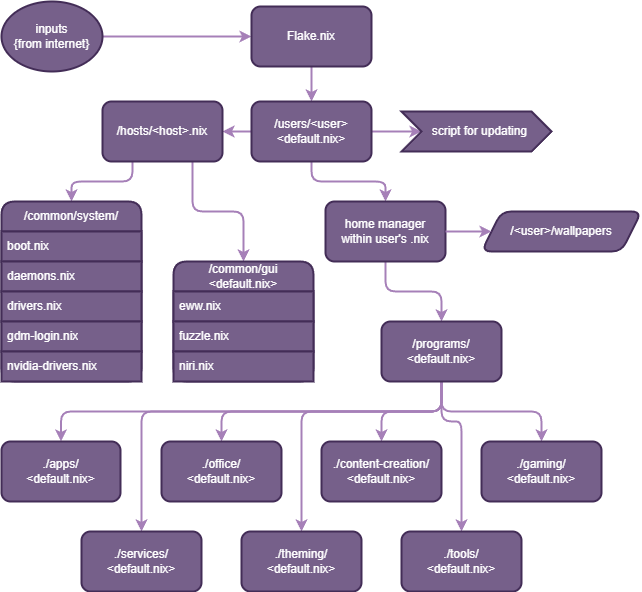
Above: nixos-map.png in SpiritOfYoink/dotfiles (draw.io), before the change. Source tidied: cells renumbered, new cells last; positions are measured from the earlier drawing's top-left corner, leaving out a move shared by most shapes. Its diagram source:
```xml
<mxGraphModel>
  <root>
    <mxCell id="0" />
    <mxCell id="1" parent="0" />
    <mxCell id="2" style="edgeStyle=orthogonalEdgeStyle;rounded=1;jettySize=auto;html=1;exitX=1;exitY=0.5;exitDx=0;exitDy=0;entryX=0;entryY=0.5;entryDx=0;entryDy=0;fontColor=#1A1A1A;fillColor=#76608a;strokeColor=#A680B8;strokeWidth=2;shadow=0;swimlaneLine=1;" parent="1" edge="1" source="3" target="7">
      <mxGeometry relative="1" as="geometry" />
    </mxCell>
    <mxCell id="3" value="inputs&lt;div&gt;{from internet}&lt;/div&gt;" style="ellipse;whiteSpace=wrap;html=1;labelBackgroundColor=none;rounded=1;fillColor=#76608a;strokeColor=#432D57;strokeWidth=2;shadow=0;swimlaneLine=1;fontColor=#ffffff;" parent="1" vertex="1">
      <mxGeometry width="101" height="70" as="geometry" />
    </mxCell>
    <mxCell id="4" style="edgeStyle=orthogonalEdgeStyle;rounded=1;jettySize=auto;html=1;exitX=1;exitY=0.5;exitDx=0;exitDy=0;fontColor=#1A1A1A;fillColor=#76608a;strokeColor=#A680B8;strokeWidth=2;shadow=0;swimlaneLine=1;" parent="1" edge="1" source="13" target="8">
      <mxGeometry relative="1" as="geometry" />
    </mxCell>
    <mxCell id="5" style="edgeStyle=orthogonalEdgeStyle;rounded=1;jettySize=auto;html=1;exitX=0;exitY=0.5;exitDx=0;exitDy=0;fontColor=#1A1A1A;entryX=1;entryY=0.5;entryDx=0;entryDy=0;fillColor=#76608a;strokeColor=#A680B8;strokeWidth=2;shadow=0;swimlaneLine=1;" parent="1" edge="1" source="13" target="11">
      <mxGeometry relative="1" as="geometry" />
    </mxCell>
    <mxCell id="6" style="edgeStyle=orthogonalEdgeStyle;rounded=1;jettySize=auto;html=1;exitX=0.5;exitY=1;exitDx=0;exitDy=0;fontColor=#1A1A1A;entryX=0.5;entryY=0;entryDx=0;entryDy=0;fillColor=#76608a;strokeColor=#A680B8;strokeWidth=2;shadow=0;swimlaneLine=1;" parent="1" edge="1" source="7" target="13">
      <mxGeometry relative="1" as="geometry" />
    </mxCell>
    <mxCell id="7" value="Flake.nix" style="rounded=1;whiteSpace=wrap;html=1;labelBackgroundColor=none;fillColor=#76608a;strokeColor=#432D57;strokeWidth=2;shadow=0;swimlaneLine=1;fontColor=#ffffff;" parent="1" vertex="1">
      <mxGeometry x="250" y="5" width="120" height="60" as="geometry" />
    </mxCell>
    <mxCell id="8" value="&amp;nbsp; script for updating" style="shape=step;perimeter=stepPerimeter;whiteSpace=wrap;html=1;fixedSize=1;rounded=0;fillColor=#76608a;strokeColor=#432D57;strokeWidth=2;shadow=0;swimlaneLine=1;fontColor=#ffffff;" parent="1" vertex="1">
      <mxGeometry x="400" y="110" width="150" height="40" as="geometry" />
    </mxCell>
    <mxCell id="9" style="edgeStyle=orthogonalEdgeStyle;rounded=1;jettySize=auto;html=1;exitX=0.25;exitY=1;exitDx=0;exitDy=0;entryX=0.5;entryY=0;entryDx=0;entryDy=0;fontColor=#1A1A1A;fillColor=#76608a;strokeColor=#A680B8;strokeWidth=2;shadow=0;swimlaneLine=1;" parent="1" edge="1" source="11" target="19">
      <mxGeometry relative="1" as="geometry" />
    </mxCell>
    <mxCell id="10" style="edgeStyle=orthogonalEdgeStyle;rounded=1;jettySize=auto;html=1;exitX=0.75;exitY=1;exitDx=0;exitDy=0;fillColor=#76608a;strokeColor=#A680B8;strokeWidth=2;shadow=0;swimlaneLine=1;curved=0;" parent="1" edge="1" source="11" target="25">
      <mxGeometry relative="1" as="geometry" />
    </mxCell>
    <mxCell id="11" value="/hosts/&amp;lt;host&amp;gt;.nix" style="rounded=1;whiteSpace=wrap;html=1;fillColor=#76608a;strokeColor=#432D57;strokeWidth=2;shadow=0;swimlaneLine=1;fontColor=#ffffff;" parent="1" vertex="1">
      <mxGeometry x="101" y="100" width="120" height="60" as="geometry" />
    </mxCell>
    <mxCell id="12" style="edgeStyle=orthogonalEdgeStyle;rounded=1;jettySize=auto;html=1;exitX=0.5;exitY=1;exitDx=0;exitDy=0;entryX=0.5;entryY=0;entryDx=0;entryDy=0;fontColor=#1A1A1A;fillColor=#76608a;strokeColor=#A680B8;strokeWidth=2;shadow=0;swimlaneLine=1;" parent="1" edge="1" source="13" target="15">
      <mxGeometry relative="1" as="geometry" />
    </mxCell>
    <mxCell id="13" value="/users/&amp;lt;user&amp;gt;&lt;div&gt;&amp;lt;default.nix&amp;gt;&lt;/div&gt;" style="rounded=1;whiteSpace=wrap;html=1;fillColor=#76608a;strokeColor=#432D57;strokeWidth=2;shadow=0;swimlaneLine=1;fontColor=#ffffff;" parent="1" vertex="1">
      <mxGeometry x="250" y="100" width="120" height="60" as="geometry" />
    </mxCell>
    <mxCell id="14" style="edgeStyle=orthogonalEdgeStyle;rounded=1;jettySize=auto;html=1;exitX=0.5;exitY=1;exitDx=0;exitDy=0;entryX=0.5;entryY=0;entryDx=0;entryDy=0;fontColor=#1A1A1A;fillColor=#76608a;strokeColor=#A680B8;strokeWidth=2;shadow=0;swimlaneLine=1;" parent="1" edge="1" source="15" target="36">
      <mxGeometry relative="1" as="geometry" />
    </mxCell>
    <mxCell id="15" value="home manager&lt;div&gt;within user's .nix&lt;/div&gt;" style="rounded=1;whiteSpace=wrap;html=1;fillColor=#76608a;strokeColor=#432D57;strokeWidth=2;shadow=0;swimlaneLine=1;fontColor=#ffffff;" parent="1" vertex="1">
      <mxGeometry x="324" y="200" width="120" height="60" as="geometry" />
    </mxCell>
    <mxCell id="16" value="/&amp;lt;user&amp;gt;/wallpapers" style="shape=parallelogram;perimeter=parallelogramPerimeter;whiteSpace=wrap;html=1;fixedSize=1;rounded=1;fillColor=#76608a;strokeColor=#432D57;strokeWidth=2;shadow=0;swimlaneLine=1;fontColor=#ffffff;" parent="1" vertex="1">
      <mxGeometry x="480" y="210" width="160" height="40" as="geometry" />
    </mxCell>
    <mxCell id="17" style="edgeStyle=orthogonalEdgeStyle;rounded=1;orthogonalLoop=1;jettySize=auto;html=1;exitX=0.5;exitY=1;exitDx=0;exitDy=0;fontColor=#1A1A1A;fillColor=#76608a;strokeColor=#432D57;strokeWidth=2;shadow=0;swimlaneLine=1;" parent="1" edge="1" source="16" target="16">
      <mxGeometry relative="1" as="geometry" />
    </mxCell>
    <mxCell id="18" style="edgeStyle=orthogonalEdgeStyle;rounded=1;jettySize=auto;html=1;fontColor=#1A1A1A;exitX=1;exitY=0.5;exitDx=0;exitDy=0;entryX=0;entryY=0.5;entryDx=0;entryDy=0;fillColor=#76608a;strokeColor=#A680B8;strokeWidth=2;shadow=0;swimlaneLine=1;" parent="1" edge="1" source="15" target="16">
      <mxGeometry relative="1" as="geometry" />
    </mxCell>
    <mxCell id="19" value="/common/system/" style="swimlane;fontStyle=0;horizontal=1;startSize=30;whiteSpace=wrap;html=1;rounded=1;fillColor=#76608a;strokeColor=#432D57;strokeWidth=2;shadow=0;swimlaneLine=1;fontColor=#ffffff;" parent="1" vertex="1">
      <mxGeometry y="200" width="140" height="180" as="geometry" />
    </mxCell>
    <mxCell id="20" value="boot.nix" style="text;align=left;verticalAlign=middle;spacingLeft=4;spacingRight=4;overflow=hidden;whiteSpace=wrap;html=1;fillColor=#76608a;strokeColor=#432D57;strokeWidth=2;shadow=0;swimlaneLine=1;fontColor=#ffffff;" parent="19" vertex="1">
      <mxGeometry y="30" width="140" height="30" as="geometry" />
    </mxCell>
    <mxCell id="21" value="daemons.nix" style="text;align=left;verticalAlign=middle;spacingLeft=4;spacingRight=4;overflow=hidden;whiteSpace=wrap;html=1;fillColor=#76608a;strokeColor=#432D57;strokeWidth=2;shadow=0;swimlaneLine=1;fontColor=#ffffff;" parent="19" vertex="1">
      <mxGeometry y="60" width="140" height="30" as="geometry" />
    </mxCell>
    <mxCell id="22" value="drivers.nix" style="text;align=left;verticalAlign=middle;spacingLeft=4;spacingRight=4;overflow=hidden;whiteSpace=wrap;html=1;fillColor=#76608a;strokeColor=#432D57;strokeWidth=2;shadow=0;swimlaneLine=1;fontColor=#ffffff;" parent="19" vertex="1">
      <mxGeometry y="90" width="140" height="30" as="geometry" />
    </mxCell>
    <mxCell id="23" value="gdm-login.nix" style="text;align=left;verticalAlign=middle;spacingLeft=4;spacingRight=4;overflow=hidden;whiteSpace=wrap;html=1;fillColor=#76608a;strokeColor=#432D57;strokeWidth=2;shadow=0;swimlaneLine=1;fontColor=#ffffff;" parent="19" vertex="1">
      <mxGeometry y="120" width="140" height="30" as="geometry" />
    </mxCell>
    <mxCell id="24" value="nvidia-drivers.nix" style="text;align=left;verticalAlign=middle;spacingLeft=4;spacingRight=4;overflow=hidden;whiteSpace=wrap;html=1;fillColor=#76608a;strokeColor=#432D57;strokeWidth=2;shadow=0;swimlaneLine=1;fontColor=#ffffff;" parent="19" vertex="1">
      <mxGeometry y="150" width="140" height="30" as="geometry" />
    </mxCell>
    <mxCell id="25" value="/common/gui&lt;div&gt;&amp;lt;default.nix&amp;gt;&lt;/div&gt;" style="swimlane;fontStyle=0;horizontal=1;startSize=30;whiteSpace=wrap;html=1;rounded=1;fillColor=#76608a;strokeColor=#432D57;strokeWidth=2;shadow=0;swimlaneLine=1;fontColor=#ffffff;" parent="1" vertex="1">
      <mxGeometry x="172" y="260" width="140" height="120" as="geometry" />
    </mxCell>
    <mxCell id="26" value="eww.nix" style="text;align=left;verticalAlign=middle;spacingLeft=4;spacingRight=4;overflow=hidden;whiteSpace=wrap;html=1;fillColor=#76608a;strokeColor=#432D57;strokeWidth=2;shadow=0;swimlaneLine=1;fontColor=#ffffff;" parent="25" vertex="1">
      <mxGeometry y="30" width="140" height="30" as="geometry" />
    </mxCell>
    <mxCell id="27" value="fuzzle.nix" style="text;align=left;verticalAlign=middle;spacingLeft=4;spacingRight=4;overflow=hidden;whiteSpace=wrap;html=1;fillColor=#76608a;strokeColor=#432D57;strokeWidth=2;shadow=0;swimlaneLine=1;fontColor=#ffffff;" parent="25" vertex="1">
      <mxGeometry y="60" width="140" height="30" as="geometry" />
    </mxCell>
    <mxCell id="28" value="niri.nix" style="text;align=left;verticalAlign=middle;spacingLeft=4;spacingRight=4;overflow=hidden;whiteSpace=wrap;html=1;fillColor=#76608a;strokeColor=#432D57;strokeWidth=2;shadow=0;swimlaneLine=1;fontColor=#ffffff;" parent="25" vertex="1">
      <mxGeometry y="90" width="140" height="30" as="geometry" />
    </mxCell>
    <mxCell id="29" style="edgeStyle=orthogonalEdgeStyle;rounded=1;jettySize=auto;html=1;exitX=0.5;exitY=1;exitDx=0;exitDy=0;entryX=0.5;entryY=0;entryDx=0;entryDy=0;fontColor=#1A1A1A;fillColor=#76608a;strokeColor=#A680B8;strokeWidth=2;shadow=0;swimlaneLine=1;" parent="1" edge="1" source="36" target="41">
      <mxGeometry relative="1" as="geometry" />
    </mxCell>
    <mxCell id="30" style="edgeStyle=orthogonalEdgeStyle;rounded=1;jettySize=auto;html=1;exitX=0.5;exitY=1;exitDx=0;exitDy=0;fontColor=#1A1A1A;fillColor=#76608a;strokeColor=#A680B8;strokeWidth=2;shadow=0;swimlaneLine=1;" parent="1" edge="1" source="36" target="40">
      <mxGeometry relative="1" as="geometry">
        <Array as="points">
          <mxPoint x="440" y="420" />
          <mxPoint x="460" y="420" />
        </Array>
      </mxGeometry>
    </mxCell>
    <mxCell id="31" style="edgeStyle=orthogonalEdgeStyle;rounded=1;jettySize=auto;html=1;exitX=0.5;exitY=1;exitDx=0;exitDy=0;fontColor=#1A1A1A;fillColor=#76608a;strokeColor=#A680B8;strokeWidth=2;shadow=0;swimlaneLine=1;" parent="1" edge="1" source="36" target="43">
      <mxGeometry relative="1" as="geometry" />
    </mxCell>
    <mxCell id="32" style="edgeStyle=orthogonalEdgeStyle;rounded=1;jettySize=auto;html=1;exitX=0.5;exitY=1;exitDx=0;exitDy=0;entryX=0.5;entryY=0;entryDx=0;entryDy=0;fontColor=#1A1A1A;fillColor=#76608a;strokeColor=#A680B8;strokeWidth=2;shadow=0;swimlaneLine=1;" parent="1" edge="1" source="36" target="38">
      <mxGeometry relative="1" as="geometry">
        <Array as="points">
          <mxPoint x="440" y="410" />
          <mxPoint x="300" y="410" />
        </Array>
      </mxGeometry>
    </mxCell>
    <mxCell id="33" style="edgeStyle=orthogonalEdgeStyle;rounded=1;jettySize=auto;html=1;exitX=0.5;exitY=1;exitDx=0;exitDy=0;entryX=0.5;entryY=0;entryDx=0;entryDy=0;fontColor=#1A1A1A;fillColor=#76608a;strokeColor=#A680B8;strokeWidth=2;shadow=0;swimlaneLine=1;" parent="1" edge="1" source="36" target="42">
      <mxGeometry relative="1" as="geometry" />
    </mxCell>
    <mxCell id="34" style="edgeStyle=orthogonalEdgeStyle;rounded=1;jettySize=auto;html=1;exitX=0.5;exitY=1;exitDx=0;exitDy=0;entryX=0.5;entryY=0;entryDx=0;entryDy=0;fontColor=#1A1A1A;fillColor=#76608a;strokeColor=#A680B8;strokeWidth=2;shadow=0;swimlaneLine=1;" parent="1" edge="1" source="36" target="37">
      <mxGeometry relative="1" as="geometry" />
    </mxCell>
    <mxCell id="35" style="edgeStyle=orthogonalEdgeStyle;rounded=1;jettySize=auto;html=1;exitX=0.5;exitY=1;exitDx=0;exitDy=0;entryX=0.5;entryY=0;entryDx=0;entryDy=0;fontColor=#1A1A1A;fillColor=#76608a;strokeColor=#A680B8;strokeWidth=2;shadow=0;swimlaneLine=1;" parent="1" edge="1" source="36" target="39">
      <mxGeometry relative="1" as="geometry">
        <Array as="points">
          <mxPoint x="440" y="410" />
          <mxPoint x="140" y="410" />
        </Array>
      </mxGeometry>
    </mxCell>
    <mxCell id="36" value="/programs/&lt;div&gt;&amp;lt;default.nix&amp;gt;&lt;br&gt;&lt;/div&gt;" style="rounded=1;whiteSpace=wrap;html=1;fillColor=#76608a;strokeColor=#432D57;strokeWidth=2;shadow=0;swimlaneLine=1;fontColor=#ffffff;" parent="1" vertex="1">
      <mxGeometry x="380" y="320" width="120" height="60" as="geometry" />
    </mxCell>
    <mxCell id="37" value="./apps/&lt;div&gt;&amp;lt;default.nix&amp;gt;&lt;/div&gt;" style="rounded=1;whiteSpace=wrap;html=1;fillColor=#76608a;strokeColor=#432D57;strokeWidth=2;shadow=0;swimlaneLine=1;fontColor=#ffffff;" parent="1" vertex="1">
      <mxGeometry y="440" width="119" height="60" as="geometry" />
    </mxCell>
    <mxCell id="38" value="./theming/&lt;div&gt;&amp;lt;default.nix&amp;gt;&lt;/div&gt;" style="rounded=1;whiteSpace=wrap;html=1;fillColor=#76608a;strokeColor=#432D57;strokeWidth=2;shadow=0;swimlaneLine=1;fontColor=#ffffff;" parent="1" vertex="1">
      <mxGeometry x="240" y="530" width="120" height="60" as="geometry" />
    </mxCell>
    <mxCell id="39" value="./services/&lt;div&gt;&amp;lt;default.nix&amp;gt;&lt;/div&gt;" style="rounded=1;whiteSpace=wrap;html=1;fillColor=#76608a;strokeColor=#432D57;strokeWidth=2;shadow=0;swimlaneLine=1;fontColor=#ffffff;" parent="1" vertex="1">
      <mxGeometry x="80" y="530" width="120" height="60" as="geometry" />
    </mxCell>
    <mxCell id="40" value="./tools/&lt;div&gt;&amp;lt;default.nix&amp;gt;&lt;/div&gt;" style="rounded=1;whiteSpace=wrap;html=1;fillColor=#76608a;strokeColor=#432D57;strokeWidth=2;shadow=0;swimlaneLine=1;fontColor=#ffffff;" parent="1" vertex="1">
      <mxGeometry x="400" y="530" width="120" height="60" as="geometry" />
    </mxCell>
    <mxCell id="41" value="./gaming/&lt;div&gt;&amp;lt;default.nix&amp;gt;&lt;/div&gt;" style="rounded=1;whiteSpace=wrap;html=1;fillColor=#76608a;strokeColor=#432D57;strokeWidth=2;shadow=0;swimlaneLine=1;fontColor=#ffffff;" parent="1" vertex="1">
      <mxGeometry x="480" y="440" width="120" height="60" as="geometry" />
    </mxCell>
    <mxCell id="42" value="./office/&lt;div&gt;&amp;lt;default.nix&amp;gt;&lt;/div&gt;" style="rounded=1;whiteSpace=wrap;html=1;fillColor=#76608a;strokeColor=#432D57;strokeWidth=2;shadow=0;swimlaneLine=1;fontColor=#ffffff;" parent="1" vertex="1">
      <mxGeometry x="160" y="440" width="120" height="60" as="geometry" />
    </mxCell>
    <mxCell id="43" value="./content-creation/&lt;div&gt;&amp;lt;default.nix&amp;gt;&lt;/div&gt;" style="rounded=1;whiteSpace=wrap;html=1;fillColor=#76608a;strokeColor=#432D57;strokeWidth=2;shadow=0;swimlaneLine=1;fontColor=#ffffff;" parent="1" vertex="1">
      <mxGeometry x="320" y="440" width="120" height="60" as="geometry" />
    </mxCell>
  </root>
</mxGraphModel>
```
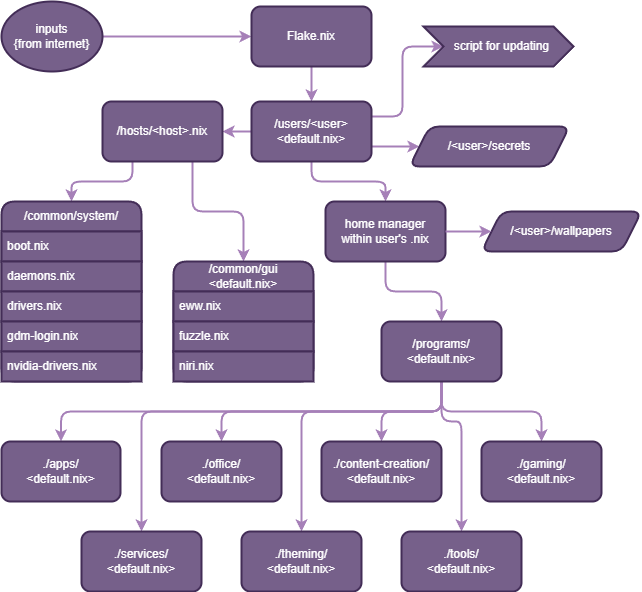
Later version of the same file.

What changed in the source:
```diff
@@ -8,8 +8,13 @@
     <mxCell id="3" value="inputs&lt;div&gt;{from internet}&lt;/div&gt;" style="ellipse;whiteSpace=wrap;html=1;labelBackgroundColor=none;rounded=1;fillColor=#76608a;strokeColor=#432D57;strokeWidth=2;shadow=0;swimlaneLine=1;fontColor=#ffffff;" parent="1" vertex="1">
       <mxGeometry width="101" height="70" as="geometry" />
     </mxCell>
-    <mxCell id="4" style="edgeStyle=orthogonalEdgeStyle;rounded=1;jettySize=auto;html=1;exitX=1;exitY=0.5;exitDx=0;exitDy=0;fontColor=#1A1A1A;fillColor=#76608a;strokeColor=#A680B8;strokeWidth=2;shadow=0;swimlaneLine=1;" parent="1" edge="1" source="13" target="8">
-      <mxGeometry relative="1" as="geometry" />
+    <mxCell id="4" style="edgeStyle=orthogonalEdgeStyle;rounded=1;jettySize=auto;html=1;exitX=1;exitY=0.25;exitDx=0;exitDy=0;fontColor=#1A1A1A;fillColor=#76608a;strokeColor=#A680B8;strokeWidth=2;shadow=0;swimlaneLine=1;entryX=0;entryY=0.5;entryDx=0;entryDy=0;" parent="1" edge="1" source="13" target="8">
+      <mxGeometry relative="1" as="geometry">
+        <Array as="points">
+          <mxPoint x="401" y="115" />
+          <mxPoint x="401" y="45" />
+        </Array>
+      </mxGeometry>
     </mxCell>
     <mxCell id="5" style="edgeStyle=orthogonalEdgeStyle;rounded=1;jettySize=auto;html=1;exitX=0;exitY=0.5;exitDx=0;exitDy=0;fontColor=#1A1A1A;entryX=1;entryY=0.5;entryDx=0;entryDy=0;fillColor=#76608a;strokeColor=#A680B8;strokeWidth=2;shadow=0;swimlaneLine=1;" parent="1" edge="1" source="13" target="11">
       <mxGeometry relative="1" as="geometry" />
@@ -21,7 +26,7 @@
       <mxGeometry x="250" y="5" width="120" height="60" as="geometry" />
     </mxCell>
     <mxCell id="8" value="&amp;nbsp; script for updating" style="shape=step;perimeter=stepPerimeter;whiteSpace=wrap;html=1;fixedSize=1;rounded=0;fillColor=#76608a;strokeColor=#432D57;strokeWidth=2;shadow=0;swimlaneLine=1;fontColor=#ffffff;" parent="1" vertex="1">
-      <mxGeometry x="400" y="110" width="150" height="40" as="geometry" />
+      <mxGeometry x="422" y="25" width="150" height="40" as="geometry" />
     </mxCell>
     <mxCell id="9" style="edgeStyle=orthogonalEdgeStyle;rounded=1;jettySize=auto;html=1;exitX=0.25;exitY=1;exitDx=0;exitDy=0;entryX=0.5;entryY=0;entryDx=0;entryDy=0;fontColor=#1A1A1A;fillColor=#76608a;strokeColor=#A680B8;strokeWidth=2;shadow=0;swimlaneLine=1;" parent="1" edge="1" source="11" target="19">
       <mxGeometry relative="1" as="geometry" />
@@ -35,6 +40,9 @@
     <mxCell id="12" style="edgeStyle=orthogonalEdgeStyle;rounded=1;jettySize=auto;html=1;exitX=0.5;exitY=1;exitDx=0;exitDy=0;entryX=0.5;entryY=0;entryDx=0;entryDy=0;fontColor=#1A1A1A;fillColor=#76608a;strokeColor=#A680B8;strokeWidth=2;shadow=0;swimlaneLine=1;" parent="1" edge="1" source="13" target="15">
       <mxGeometry relative="1" as="geometry" />
     </mxCell>
+    <mxCell id="44" style="edgeStyle=orthogonalEdgeStyle;rounded=1;jettySize=auto;html=1;exitX=1;exitY=0.75;exitDx=0;exitDy=0;entryX=0;entryY=0.5;entryDx=0;entryDy=0;curved=0;strokeWidth=2;strokeColor=#A680B8;" parent="1" edge="1" source="13" target="45">
+      <mxGeometry relative="1" as="geometry" />
+    </mxCell>
     <mxCell id="13" value="/users/&amp;lt;user&amp;gt;&lt;div&gt;&amp;lt;default.nix&amp;gt;&lt;/div&gt;" style="rounded=1;whiteSpace=wrap;html=1;fillColor=#76608a;strokeColor=#432D57;strokeWidth=2;shadow=0;swimlaneLine=1;fontColor=#ffffff;" parent="1" vertex="1">
       <mxGeometry x="250" y="100" width="120" height="60" as="geometry" />
     </mxCell>
@@ -143,5 +151,8 @@
     <mxCell id="43" value="./content-creation/&lt;div&gt;&amp;lt;default.nix&amp;gt;&lt;/div&gt;" style="rounded=1;whiteSpace=wrap;html=1;fillColor=#76608a;strokeColor=#432D57;strokeWidth=2;shadow=0;swimlaneLine=1;fontColor=#ffffff;" parent="1" vertex="1">
       <mxGeometry x="320" y="440" width="120" height="60" as="geometry" />
     </mxCell>
+    <mxCell id="45" value="/&amp;lt;user&amp;gt;/secrets" style="shape=parallelogram;perimeter=parallelogramPerimeter;whiteSpace=wrap;html=1;fixedSize=1;rounded=1;fillColor=#76608a;strokeColor=#432D57;strokeWidth=2;shadow=0;swimlaneLine=1;fontColor=#ffffff;" parent="1" vertex="1">
+      <mxGeometry x="408" y="125" width="160" height="40" as="geometry" />
+    </mxCell>
   </root>
 </mxGraphModel>
```
